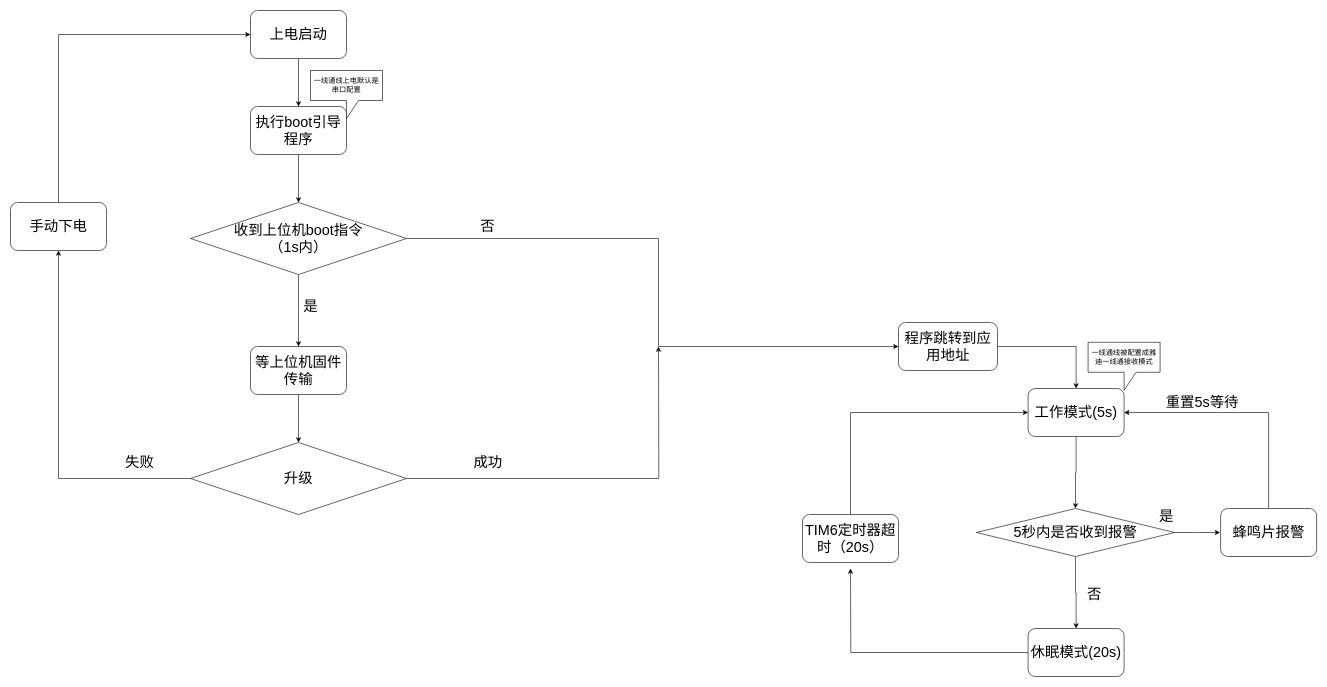
Before: libuuu/未命名绘图.drawio in wuzexiang99/mfgtools, a draw.io diagram. Source tidied: cells renumbered, new cells numbered last; positions are measured from the earlier drawing's top-left corner, leaving out a move shared by most shapes. Both pictures are drawn from the tidied source at 60%, with x=0, y=0 at pixel (10, 10).
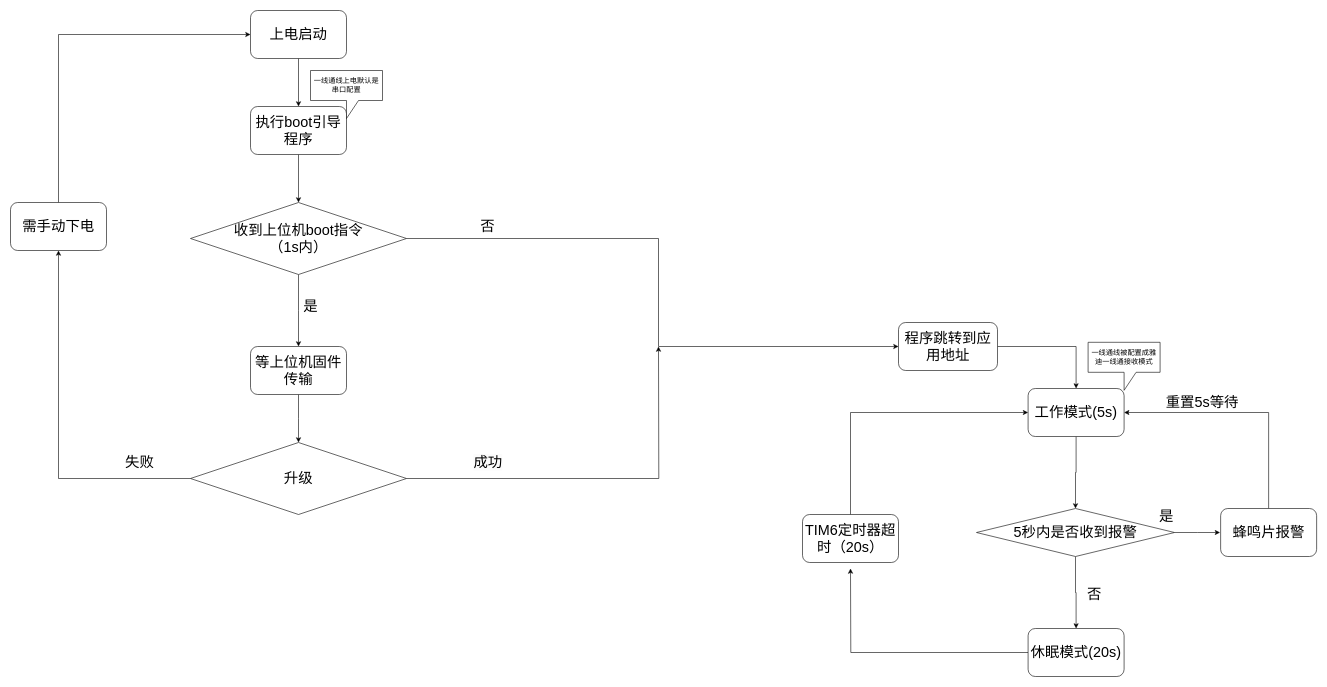
The same diagram, later.

What changed in the source:
```diff
@@
-    <mxCell id="35" value="&lt;span style=&quot;font-size: 24px;&quot;&gt;手动下电&lt;/span&gt;" style="rounded=1;whiteSpace=wrap;html=1;" parent="1" vertex="1">
+    <mxCell id="35" value="&lt;span style=&quot;font-size: 24px;&quot;&gt;需手动下电&lt;/span&gt;" style="rounded=1;whiteSpace=wrap;html=1;" parent="1" vertex="1">
       <mxGeometry y="320" width="160" height="80" as="geometry" />
     </mxCell>
```
